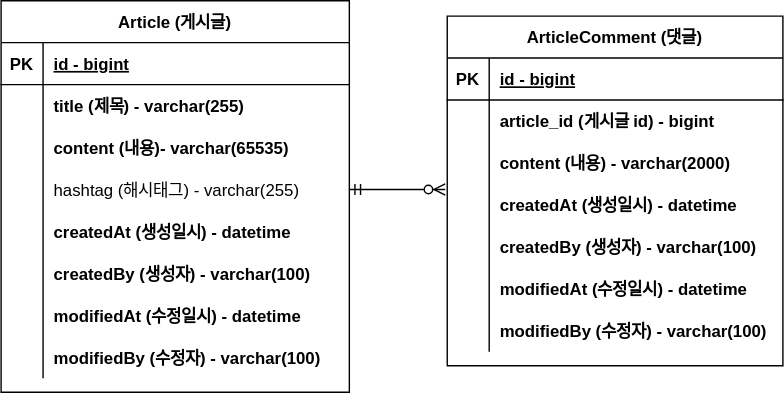
Above: document/project-board-erd.svg in nayoung240/proj-board (draw.io), before the change. Source tidied: cells renumbered, new cells last; positions are measured from the earlier drawing's top-left corner, leaving out a move shared by most shapes.
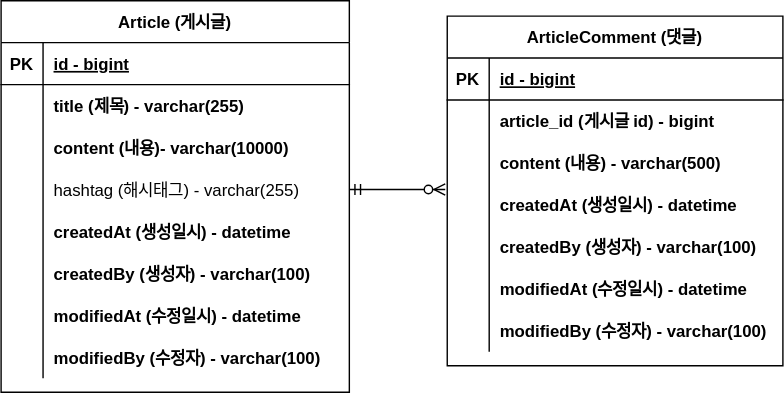
After the change.

Diff of the diagram source:
```diff
@@ -29,7 +29,7 @@
     <mxCell id="10" style="shape=partialRectangle;overflow=hidden;fillColor=none;top=0;left=0;bottom=0;right=0;" parent="9" vertex="1">
       <mxGeometry width="30" height="30" as="geometry" />
     </mxCell>
-    <mxCell id="11" value="content (내용)- varchar(65535)" style="shape=partialRectangle;overflow=hidden;fillColor=none;top=0;left=0;bottom=0;right=0;align=left;spacingLeft=6;fontStyle=1;" parent="9" vertex="1">
+    <mxCell id="11" value="content (내용)- varchar(10000)" style="shape=partialRectangle;overflow=hidden;fillColor=none;top=0;left=0;bottom=0;right=0;align=left;spacingLeft=6;fontStyle=1;" parent="9" vertex="1">
       <mxGeometry x="30" width="219" height="30" as="geometry" />
     </mxCell>
     <mxCell id="12" style="shape=partialRectangle;fillColor=none;points=[[0,0.5],[1,0.5]];portConstraint=eastwest;top=0;left=0;right=0;bottom=0;fontStyle=0;" parent="2" vertex="1">
@@ -104,7 +104,7 @@
     <mxCell id="35" style="shape=partialRectangle;overflow=hidden;fillColor=none;top=0;left=0;bottom=0;right=0;" parent="34" vertex="1">
       <mxGeometry width="30" height="30" as="geometry" />
     </mxCell>
-    <mxCell id="36" value="content (내용) - varchar(2000)" style="shape=partialRectangle;overflow=hidden;fillColor=none;top=0;left=0;bottom=0;right=0;align=left;spacingLeft=6;fontStyle=1;" parent="34" vertex="1">
+    <mxCell id="36" value="content (내용) - varchar(500)" style="shape=partialRectangle;overflow=hidden;fillColor=none;top=0;left=0;bottom=0;right=0;align=left;spacingLeft=6;fontStyle=1;" parent="34" vertex="1">
       <mxGeometry x="30" width="210" height="30" as="geometry" />
     </mxCell>
     <mxCell id="37" style="shape=partialRectangle;fillColor=none;points=[[0,0.5],[1,0.5]];portConstraint=eastwest;top=0;left=0;right=0;bottom=0;" parent="27" vertex="1">
```
